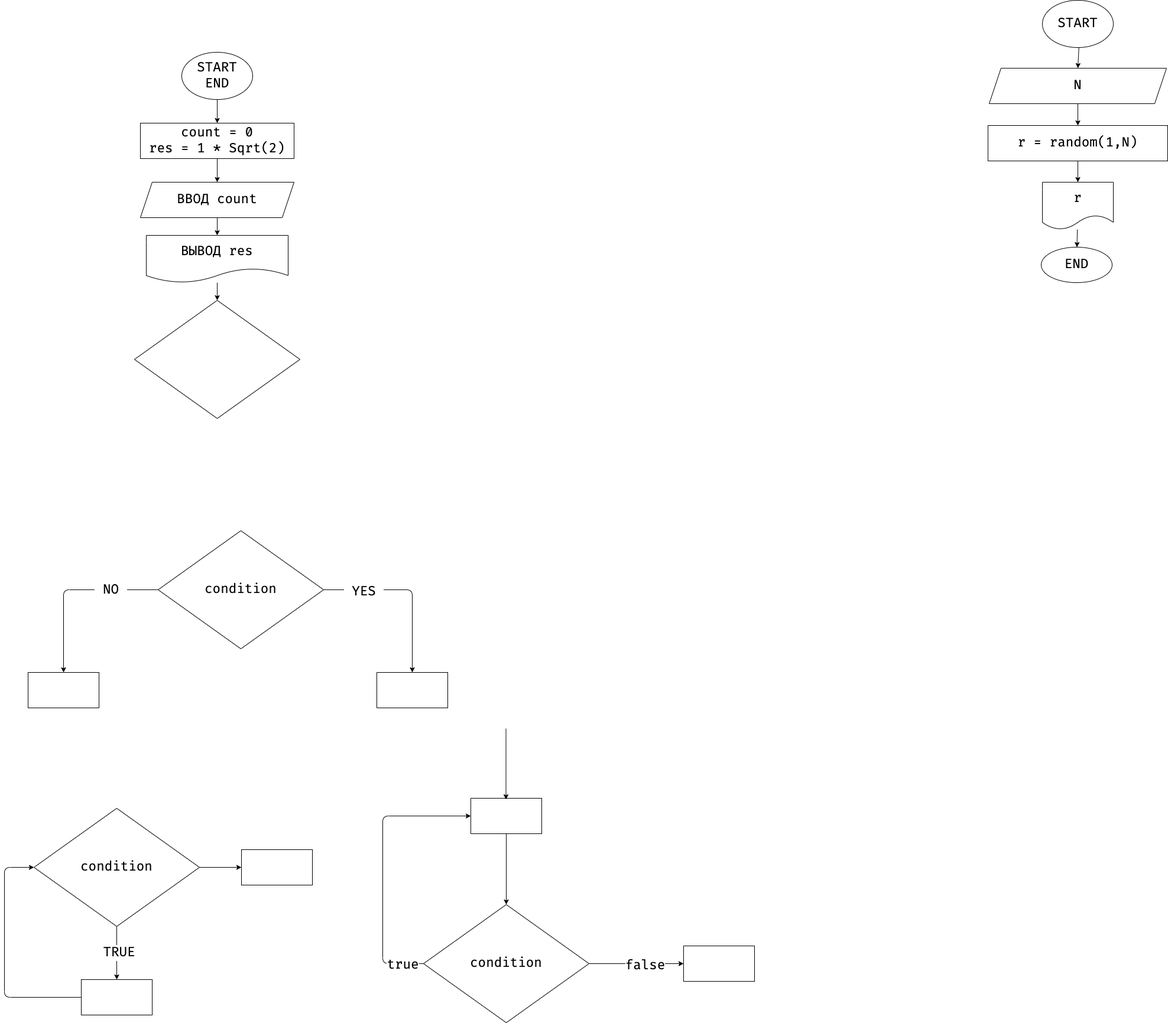
This is ex000.drawio.png from zoya-ivanova/practice_temp, a draw.io export, as it was before one commit. Source tidied: cells renumbered, new cells last; positions are measured from the earlier drawing's top-left corner, leaving out a move shared by most shapes.
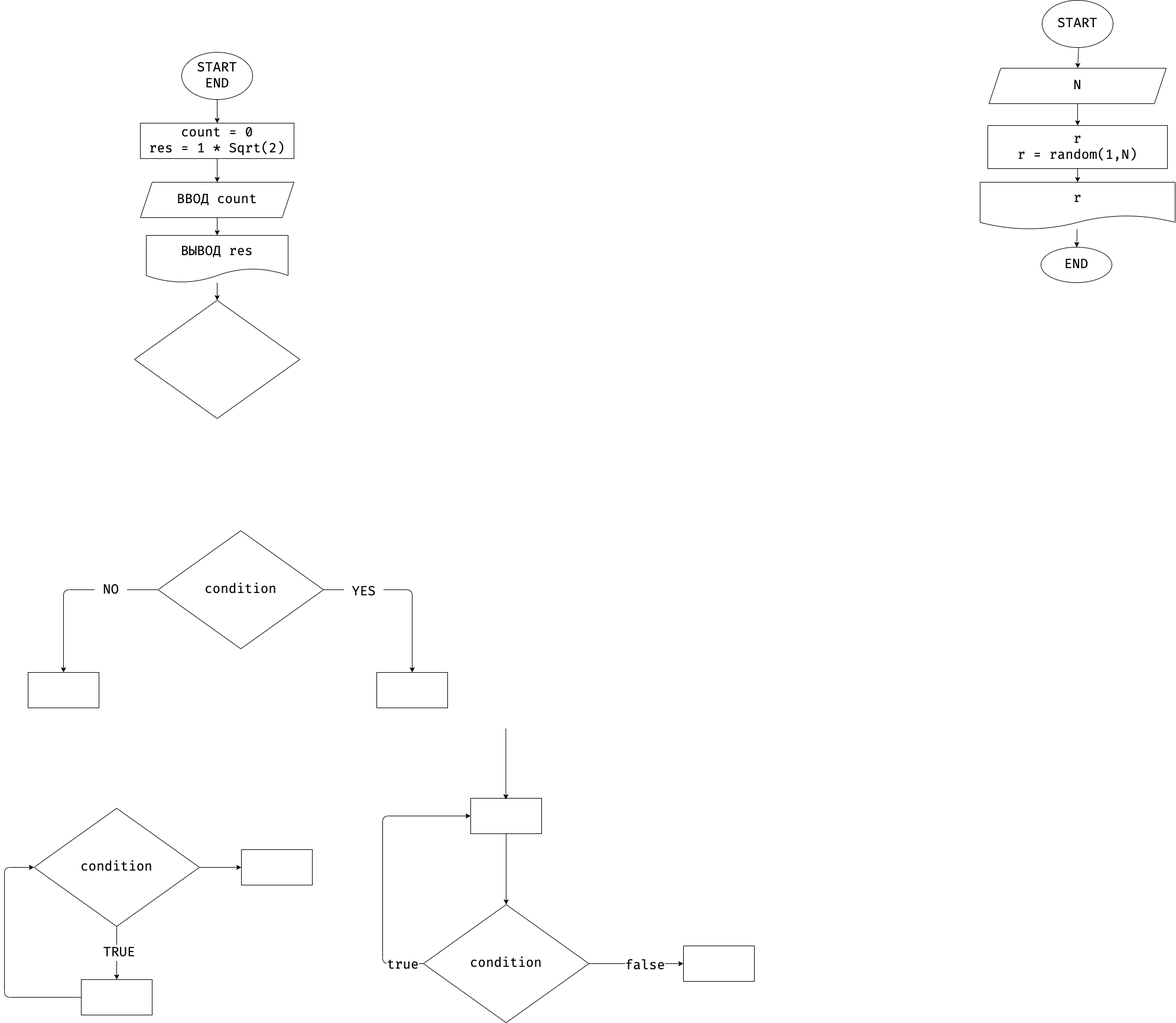
The same diagram one commit later.

Commit message:
ex Показать на экран случайное число от 1 до N

What changed in the source:
```diff
@@ -134,14 +134,14 @@
     <mxCell id="38" style="edgeStyle=none;html=1;fontFamily=Fira Code;fontSize=22;" parent="1" edge="1" source="39" target="41">
       <mxGeometry relative="1" as="geometry" />
     </mxCell>
-    <mxCell id="39" value="r = random(1,N)" style="whiteSpace=wrap;html=1;fontSize=22;fontFamily=Fira Code;" parent="1" vertex="1">
-      <mxGeometry x="1664" y="212" width="304" height="60" as="geometry" />
+    <mxCell id="39" value="r&lt;br&gt;r = random(1,N)" style="whiteSpace=wrap;html=1;fontSize=22;fontFamily=Fira Code;" parent="1" vertex="1">
+      <mxGeometry x="1664" y="212" width="304" height="73" as="geometry" />
     </mxCell>
     <mxCell id="40" style="edgeStyle=none;html=1;fontFamily=Fira Code;fontSize=22;" parent="1" edge="1" source="41" target="42">
       <mxGeometry relative="1" as="geometry" />
     </mxCell>
     <mxCell id="41" value="r" style="shape=document;whiteSpace=wrap;html=1;boundedLbl=1;fontSize=22;fontFamily=Fira Code;" parent="1" vertex="1">
-      <mxGeometry x="1756" y="308" width="120" height="80" as="geometry" />
+      <mxGeometry x="1651" y="308" width="330" height="80" as="geometry" />
     </mxCell>
     <mxCell id="42" value="END" style="ellipse;whiteSpace=wrap;html=1;fontSize=22;fontFamily=Fira Code;" parent="1" vertex="1">
       <mxGeometry x="1754" y="418" width="120" height="60" as="geometry" />
```
